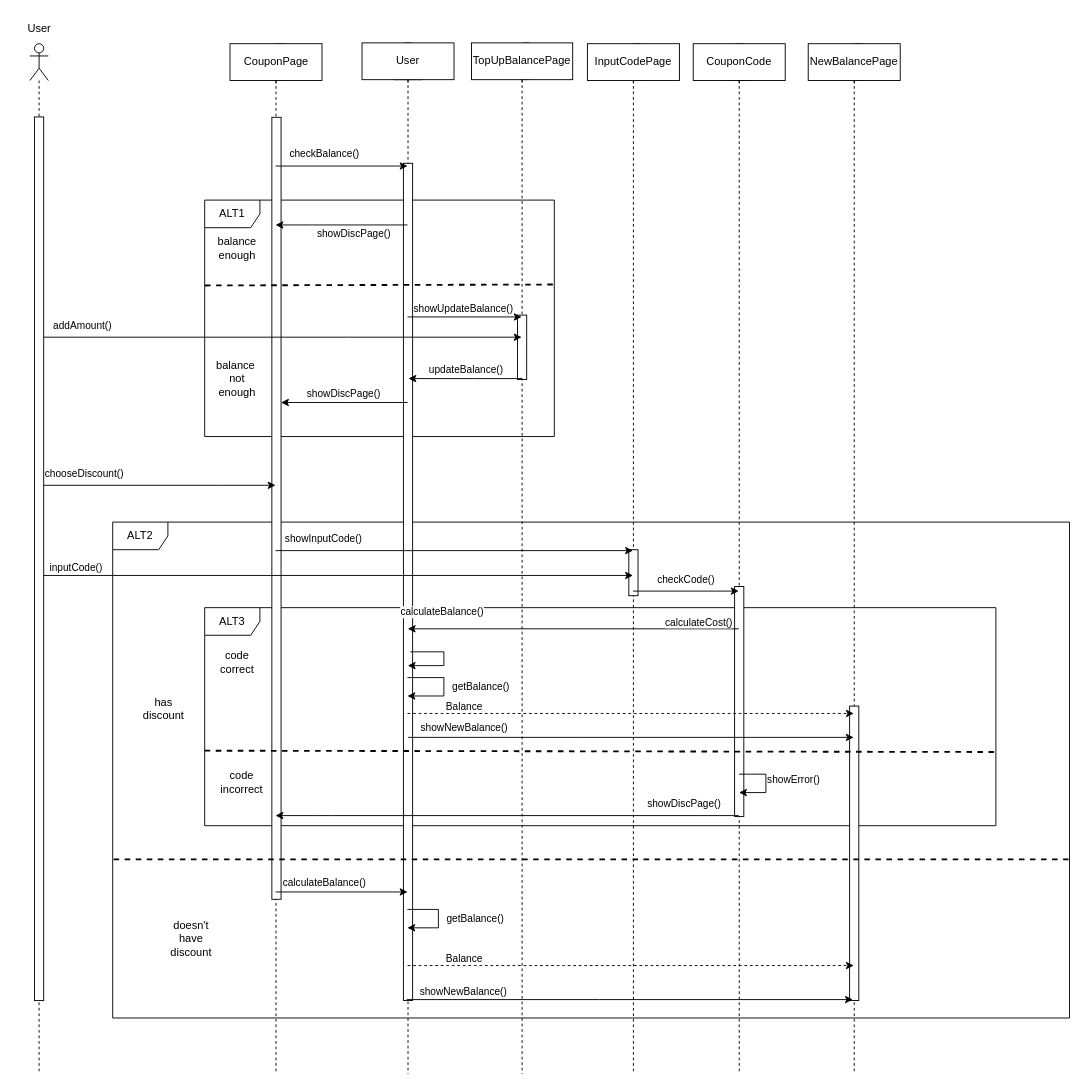
Dionkaps/Eu-Zin keeps this draw.io diagram as ΤΕΛΙΚΟ ΠΑΡΑΔΟΤΕΟ/Sequence-diagrams-v1.0/sd_πληρωμή_παραγγελίας.drawio. Above is the earlier version. Source tidied: cells renumbered, new cells numbered last; positions are measured from the earlier drawing's top-left corner, leaving out a move shared by most shapes. Both pictures are drawn from the tidied source at 92%, with x=0, y=0 at pixel (16, 15).
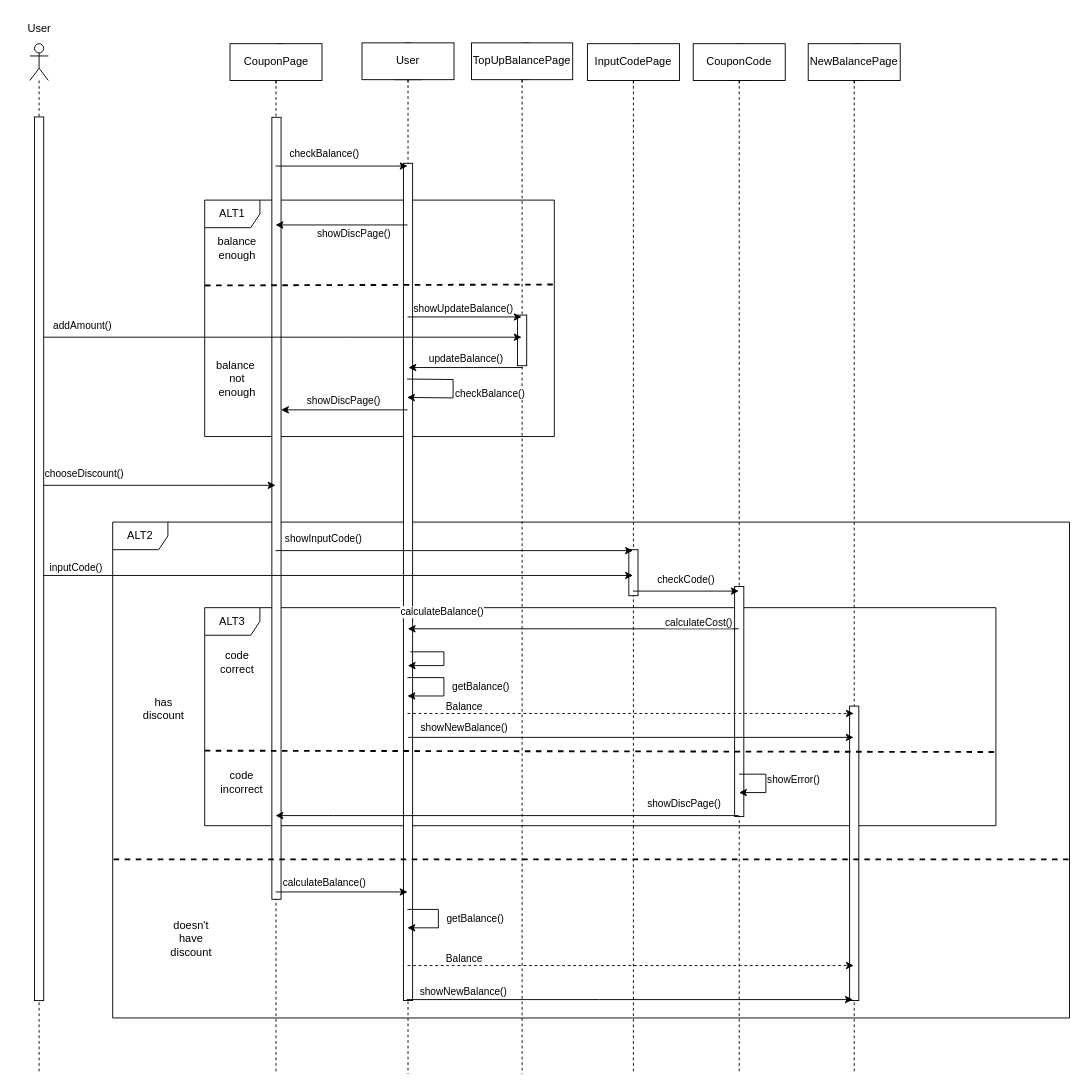
After the change.

Commit message:
Μικρή αλλαγή σε sequence

The change refers to these unchanged cells:
```xml
<mxCell id="9" style="shape=umlLifeline;perimeter=lifelinePerimeter;whiteSpace=wrap;html=1;outlineConnect=0;portConstraint=eastwest;newEdgeStyle={&quot;edgeStyle&quot;:&quot;elbowEdgeStyle&quot;,&quot;elbow&quot;:&quot;vertical&quot;,&quot;curved&quot;:0,&quot;rounded&quot;:0};participant=umlEntity;size=40;" parent="1" vertex="1">
  <mxGeometry x="406" y="30.1" width="40" height="1120.9" as="geometry" />
</mxCell>
<mxCell id="12" style="html=1;points=[];perimeter=orthogonalPerimeter;" parent="1" vertex="1">
  <mxGeometry x="278" y="111" width="10" height="850" as="geometry" />
</mxCell>
```

The edit, as a diff of the source:
```diff
@@
     <mxCell id="3" style="html=1;perimeter=orthogonalPerimeter;" parent="1" vertex="1">
-      <mxGeometry x="545" y="326" width="10" height="70" as="geometry" />
+      <mxGeometry x="545" y="326" width="10" height="55" as="geometry" />
     </mxCell>
@@
-    <mxCell id="24" value="showDiscPage()" style="endArrow=classic;html=1;rounded=0;" parent="1" edge="1" source="9" target="12">
+    <mxCell id="24" value="showDiscPage()" style="endArrow=classic;html=1;rounded=0;" parent="1" edge="1">
       <mxGeometry x="0.03" y="-10" relative="1" as="geometry">
+        <mxPoint x="425.5" y="429" as="sourcePoint" />
+        <mxPoint x="288" y="429" as="targetPoint" />
         <Array as="points">
-          <mxPoint x="365" y="421" />
+          <mxPoint x="365" y="429" />
         </Array>
         <mxPoint x="1" as="offset" />
       </mxGeometry>
     </mxCell>
@@
     <mxCell id="45" value="updateBalance()" style="endArrow=classic;html=1;rounded=0;strokeWidth=1;" parent="1" edge="1">
       <mxGeometry x="0.02" y="-10" relative="1" as="geometry">
-        <mxPoint x="550.5" y="395" as="sourcePoint" />
-        <mxPoint x="426.5" y="395" as="targetPoint" />
+        <mxPoint x="550.5" y="383" as="sourcePoint" />
+        <mxPoint x="426.5" y="383" as="targetPoint" />
         <Array as="points">
-          <mxPoint x="497" y="395" />
+          <mxPoint x="497" y="383" />
         </Array>
         <mxPoint x="1" as="offset" />
       </mxGeometry>
     </mxCell>
@@
+    <mxCell id="56" value="checkBalance()" style="endArrow=classic;html=1;rounded=0;" parent="1" edge="1">
+      <mxGeometry x="0.08" y="40" relative="1" as="geometry">
+        <mxPoint x="425" y="395.5" as="sourcePoint" />
+        <mxPoint x="425" y="415.5" as="targetPoint" />
+        <Array as="points">
+          <mxPoint x="475" y="396" />
+          <mxPoint x="475" y="416" />
+        </Array>
+      </mxGeometry>
+    </mxCell>
```
